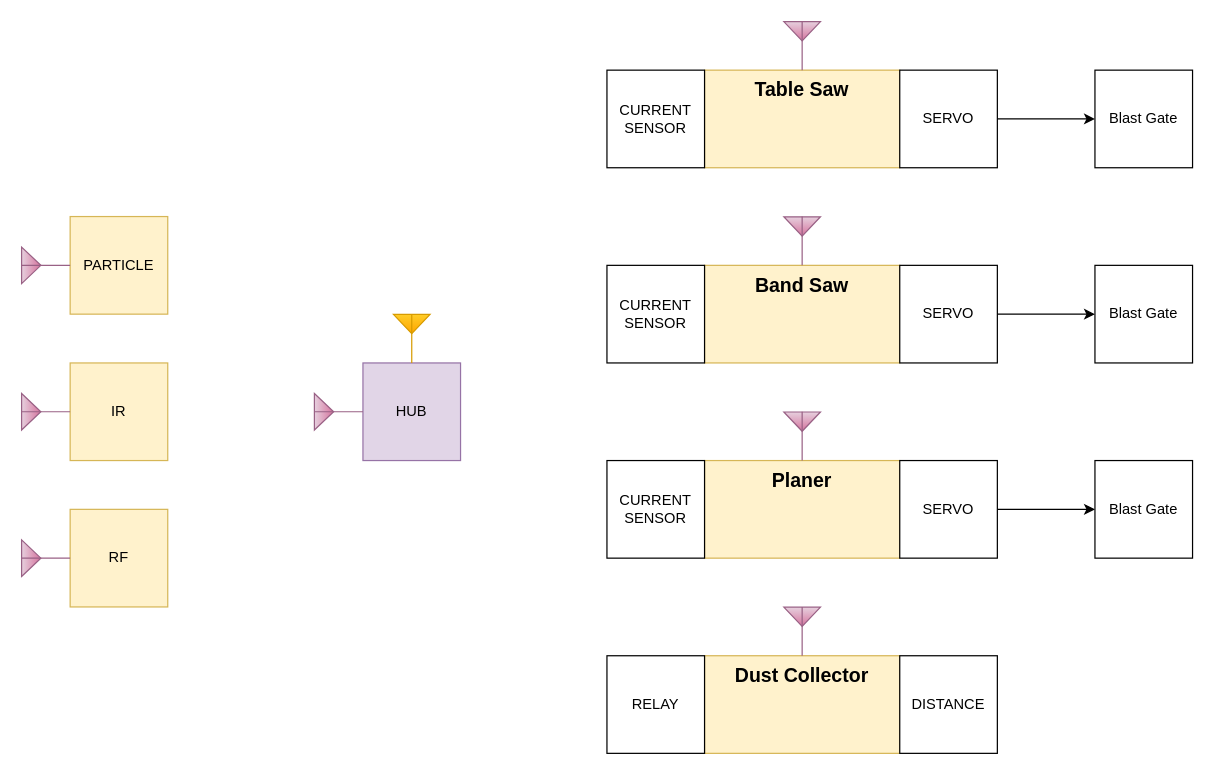
This is page "Deployment" (3 of 7) of system_design.drawio from crgmakes/aquarius-design, a draw.io file, before an edit. Source tidied: cells renumbered, new cells numbered last; positions are measured from the earlier drawing's top-left corner, leaving out a move shared by most shapes. Both pictures are drawn from the tidied source at 122%, with x=0, y=0 at pixel (21, 21).
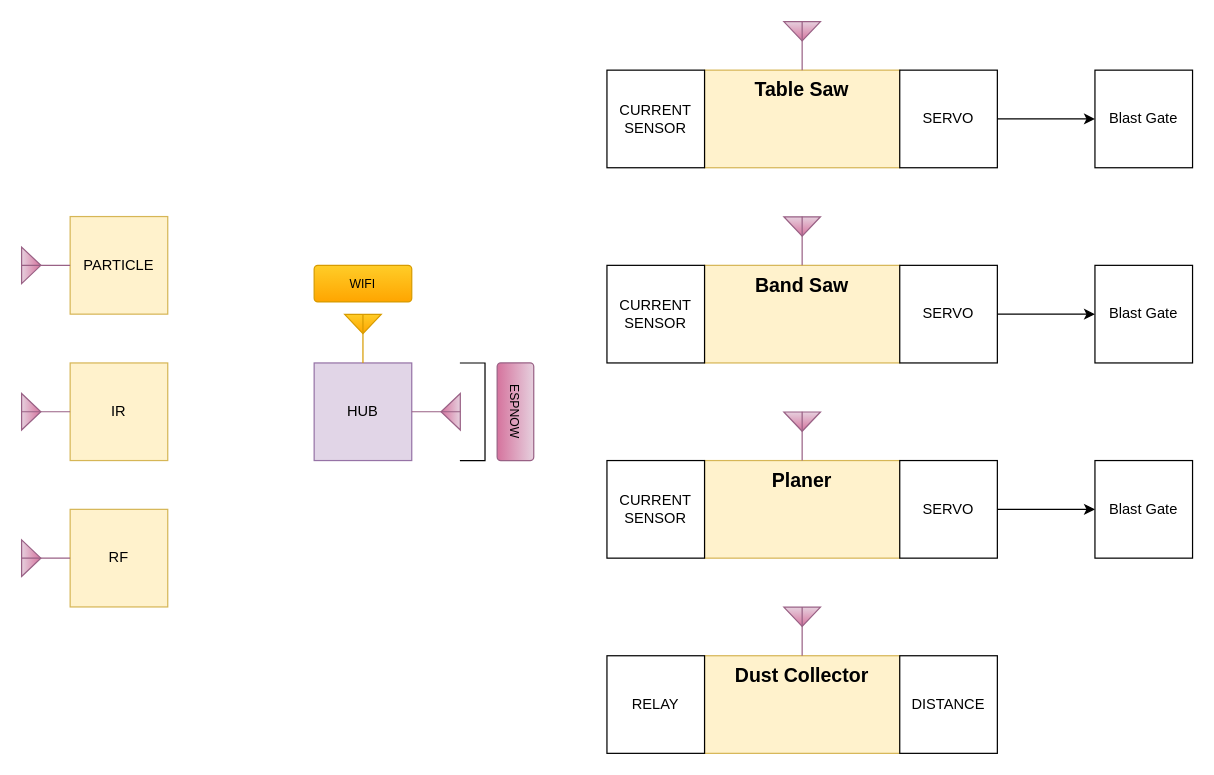
The same page after the edit.

The edit, as a diff of the source:
```diff
@@
     <mxCell id="5" value="HUB" style="whiteSpace=wrap;html=1;fillColor=#e1d5e7;strokeColor=#9673a6;" parent="1" vertex="1">
-      <mxGeometry x="280" y="280" width="80" height="80" as="geometry" />
+      <mxGeometry x="240" y="280" width="80" height="80" as="geometry" />
     </mxCell>
@@
-    <mxCell id="21" style="verticalLabelPosition=bottom;shadow=0;dashed=0;align=center;html=1;verticalAlign=top;shape=mxgraph.electrical.radio.aerial_-_antenna_2;direction=north;fillColor=#e6d0de;strokeColor=#996185;gradientColor=#d5739d;" parent="1" vertex="1">
-      <mxGeometry x="240" y="305" width="40" height="30" as="geometry" />
+    <mxCell id="21" style="verticalLabelPosition=bottom;shadow=0;dashed=0;align=center;html=1;verticalAlign=top;shape=mxgraph.electrical.radio.aerial_-_antenna_2;direction=north;fillColor=#e6d0de;strokeColor=#996185;gradientColor=#d5739d;rotation=-180;" parent="1" vertex="1">
+      <mxGeometry x="320" y="305" width="40" height="30" as="geometry" />
     </mxCell>
@@
     <mxCell id="29" style="verticalLabelPosition=bottom;shadow=0;dashed=0;align=center;html=1;verticalAlign=top;shape=mxgraph.electrical.radio.aerial_-_antenna_2;direction=east;fillColor=#ffcd28;gradientColor=#ffa500;strokeColor=#d79b00;" parent="1" vertex="1">
-      <mxGeometry x="305" y="240" width="30" height="40" as="geometry" />
+      <mxGeometry x="265" y="240" width="30" height="40" as="geometry" />
     </mxCell>
@@
+    <mxCell id="33" value="ESPNOW" style="rounded=1;arcSize=10;whiteSpace=wrap;html=1;align=center;fillColor=#e6d0de;strokeColor=#996185;fontSize=10;rotation=90;gradientColor=#d5739d;" parent="1" vertex="1">
+      <mxGeometry x="365" y="305" width="80" height="30" as="geometry" />
+    </mxCell>
+    <mxCell id="34" style="shape=partialRectangle;whiteSpace=wrap;html=1;bottom=1;right=1;left=1;top=0;fillColor=none;routingCenterX=-0.5;rotation=-90;" parent="1" vertex="1">
+      <mxGeometry x="330" y="310" width="80" height="20.1" as="geometry" />
+    </mxCell>
+    <mxCell id="35" value="WIFI" style="rounded=1;arcSize=10;whiteSpace=wrap;html=1;align=center;fillColor=#ffcd28;strokeColor=#d79b00;fontSize=10;rotation=0;gradientColor=#ffa500;" parent="1" vertex="1">
+      <mxGeometry x="240" y="200" width="80" height="30" as="geometry" />
+    </mxCell>
```
